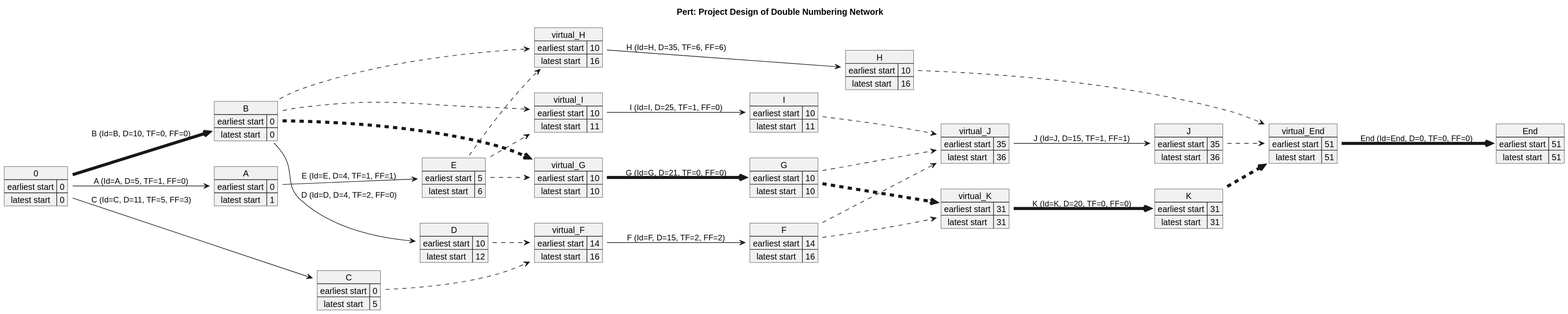
The PlantUML diagram __temp__/PERT_dNN.svg in SCWM-P/PM_code_LLM_plantuml, before a commit.
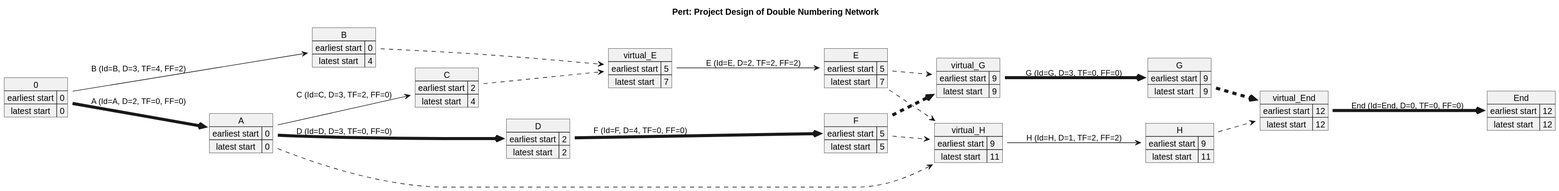
Later version of the same file.

What changed in the source:
```diff
@@ -6,107 +6,73 @@
     latest start => 0
 }
 map End {
-    earliest start => 51
-    latest start => 51
+    earliest start => 12
+    latest start => 12
 }
 map A {
     earliest start => 0
-    latest start => 1
+    latest start => 0
 }
 map B {
     earliest start => 0
-    latest start => 0
+    latest start => 4
 }
 map C {
-    earliest start => 0
-    latest start => 5
+    earliest start => 2
+    latest start => 4
 }
 map D {
-    earliest start => 10
-    latest start => 12
+    earliest start => 2
+    latest start => 2
+}
+map virtual_E {
+    earliest start => 5
+    latest start => 7
 }
 map E {
     earliest start => 5
-    latest start => 6
-}
-map virtual_F {
-    earliest start => 14
-    latest start => 16
+    latest start => 7
 }
 map F {
-    earliest start => 14
-    latest start => 16
+    earliest start => 5
+    latest start => 5
 }
 map virtual_G {
-    earliest start => 10
-    latest start => 10
+    earliest start => 9
+    latest start => 9
 }
 map G {
-    earliest start => 10
-    latest start => 10
+    earliest start => 9
+    latest start => 9
 }
 map virtual_H {
-    earliest start => 10
-    latest start => 16
+    earliest start => 9
+    latest start => 11
 }
 map H {
-    earliest start => 10
-    latest start => 16
-}
-map virtual_I {
-    earliest start => 10
+    earliest start => 9
     latest start => 11
 }
-map I {
-    earliest start => 10
-    latest start => 11
+map virtual_End {
+    earliest start => 12
+    latest start => 12
 }
-map virtual_J {
-    earliest start => 35
-    latest start => 36
-}
-map J {
-    earliest start => 35
-    latest start => 36
-}
-map virtual_K {
-    earliest start => 31
-    latest start => 31
-}
-map K {
-    earliest start => 31
-    latest start => 31
-}
-map virtual_End {
-    earliest start => 51
-    latest start => 51
-}
-0 --> A : A (Id=A, D=5, TF=1, FF=0)
-0 -[thickness=5]-> B : B (Id=B, D=10, TF=0, FF=0)
-0 --> C : C (Id=C, D=11, TF=5, FF=3)
-B --> D : D (Id=D, D=4, TF=2, FF=0)
-A --> E : E (Id=E, D=4, TF=1, FF=1)
-C -[dashed]-> virtual_F
-D -[dashed]-> virtual_F
-virtual_F --> F : F (Id=F, D=15, TF=2, FF=2)
-B -[dashed,thickness=5]-> virtual_G
+0 -[thickness=5]-> A : A (Id=A, D=2, TF=0, FF=0)
+0 --> B : B (Id=B, D=3, TF=4, FF=2)
+A --> C : C (Id=C, D=3, TF=2, FF=0)
+A -[thickness=5]-> D : D (Id=D, D=3, TF=0, FF=0)
+B -[dashed]-> virtual_E
+C -[dashed]-> virtual_E
+virtual_E --> E : E (Id=E, D=2, TF=2, FF=2)
+D -[thickness=5]-> F : F (Id=F, D=4, TF=0, FF=0)
 E -[dashed]-> virtual_G
-virtual_G -[thickness=5]-> G : G (Id=G, D=21, TF=0, FF=0)
-B -[dashed]-> virtual_H
+F -[dashed,thickness=5]-> virtual_G
+virtual_G -[thickness=5]-> G : G (Id=G, D=3, TF=0, FF=0)
+A -[dashed]-> virtual_H
 E -[dashed]-> virtual_H
-virtual_H --> H : H (Id=H, D=35, TF=6, FF=6)
-B -[dashed]-> virtual_I
-E -[dashed]-> virtual_I
-virtual_I --> I : I (Id=I, D=25, TF=1, FF=0)
-F -[dashed]-> virtual_J
-G -[dashed]-> virtual_J
-I -[dashed]-> virtual_J
-virtual_J --> J : J (Id=J, D=15, TF=1, FF=1)
-F -[dashed]-> virtual_K
-G -[dashed,thickness=5]-> virtual_K
-virtual_K -[thickness=5]-> K : K (Id=K, D=20, TF=0, FF=0)
+F -[dashed]-> virtual_H
+virtual_H --> H : H (Id=H, D=1, TF=2, FF=2)
+G -[dashed,thickness=5]-> virtual_End
 H -[dashed]-> virtual_End
-J -[dashed]-> virtual_End
-K -[dashed,thickness=5]-> virtual_End
 virtual_End -[thickness=5]-> End : End (Id=End, D=0, TF=0, FF=0)
 @enduml
```
